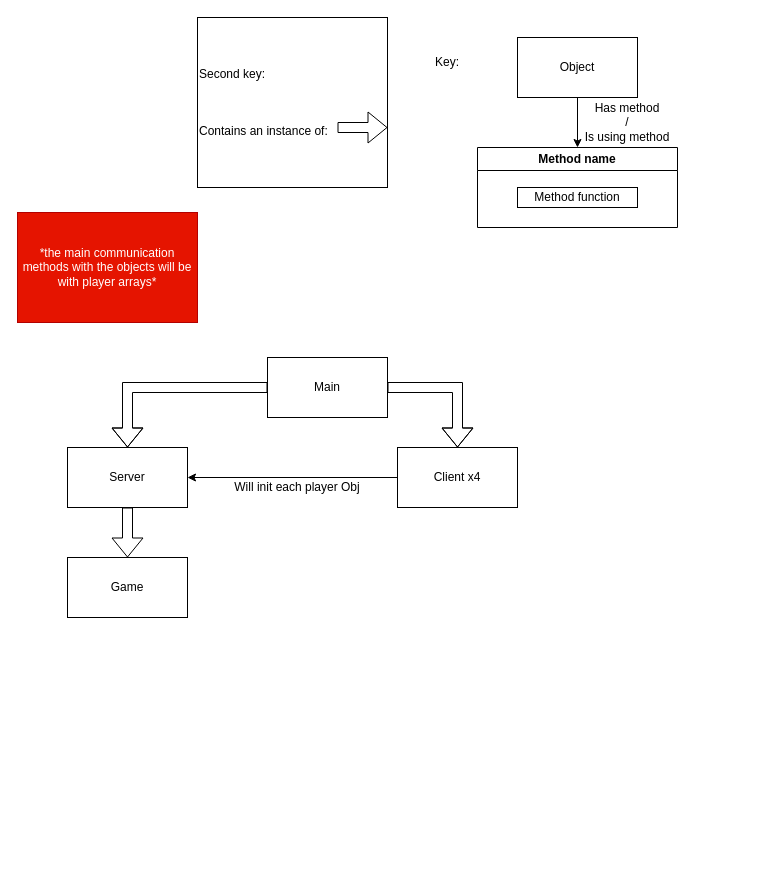
The draw.io diagram Untitled Diagram.drawio in happyhourxd/EuchreJ, before the edit. Source tidied: cells renumbered, new cells numbered last; positions are measured from the earlier drawing's top-left corner, leaving out a move shared by most shapes. Both pictures are drawn from the tidied source at 100%, with x=0, y=0 at pixel (17, 17).
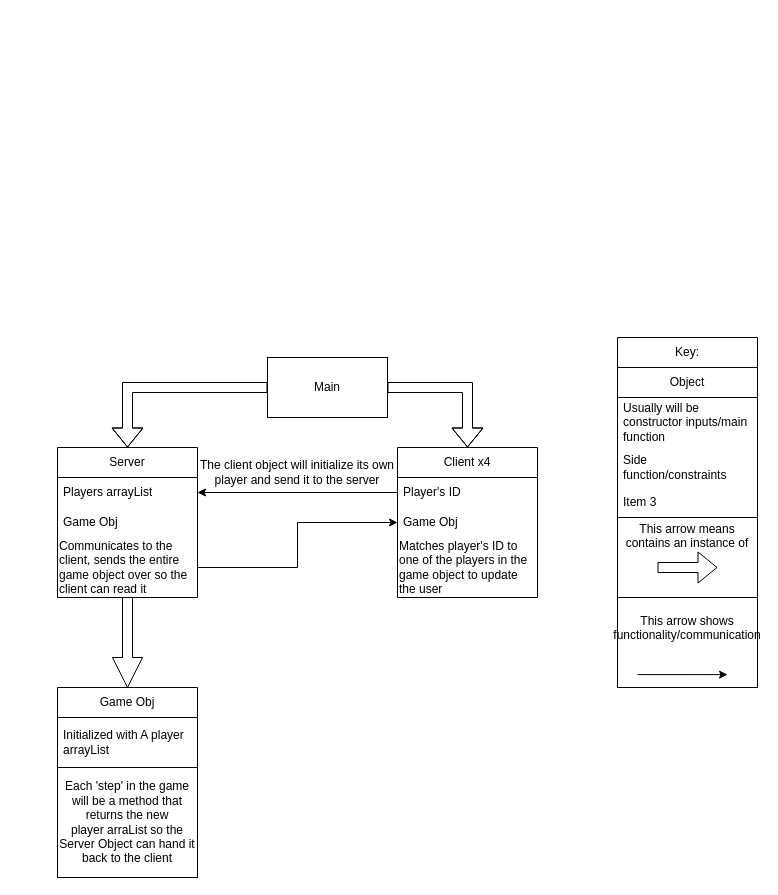
The same page after the edit.

Commit message:
Changed the way the project worked, updated this, overall many improvements

Unchanged cells that the change refers to:
```xml
<mxCell id="3" value="Main" style="rounded=0;whiteSpace=wrap;html=1;" parent="1" vertex="1">
  <mxGeometry x="250" y="340" width="120" height="60" as="geometry" />
</mxCell>
```

Diff of the diagram source:
```diff
@@
-    <mxCell id="2" style="edgeStyle=orthogonalEdgeStyle;rounded=0;jettySize=auto;html=1;shape=flexArrow;" parent="1" edge="1" source="3" target="6">
+    <mxCell id="2" style="edgeStyle=orthogonalEdgeStyle;rounded=0;jettySize=auto;html=1;shape=flexArrow;entryX=0.5;entryY=0;entryDx=0;entryDy=0;" parent="1" edge="1" source="3" target="6">
       <mxGeometry relative="1" as="geometry" />
     </mxCell>
@@
+    <mxCell id="10" style="shape=flexArrow;endArrow=classic;html=1;rounded=0;exitX=0;exitY=0.5;exitDx=0;exitDy=0;entryX=0.5;entryY=0;entryDx=0;entryDy=0;" parent="1" edge="1" source="3" target="4">
+      <mxGeometry relative="1" as="geometry">
+        <Array as="points">
+          <mxPoint x="110" y="370" />
+        </Array>
+      </mxGeometry>
+    </mxCell>
+    <mxCell id="6" value="Client x4" style="swimlane;fontStyle=0;horizontal=1;startSize=30;whiteSpace=wrap;html=1;" parent="1" vertex="1">
+      <mxGeometry x="380" y="430" width="140" height="150" as="geometry" />
+    </mxCell>
+    <mxCell id="20" value="Player's ID" style="text;strokeColor=none;fillColor=none;align=left;verticalAlign=middle;spacingLeft=4;spacingRight=4;overflow=hidden;points=[[0,0.5],[1,0.5]];portConstraint=eastwest;whiteSpace=wrap;html=1;" parent="6" vertex="1">
+      <mxGeometry y="30" width="140" height="30" as="geometry" />
+    </mxCell>
+    <mxCell id="21" value="Game Obj" style="text;strokeColor=none;fillColor=none;align=left;verticalAlign=middle;spacingLeft=4;spacingRight=4;overflow=hidden;points=[[0,0.5],[1,0.5]];portConstraint=eastwest;whiteSpace=wrap;html=1;" parent="6" vertex="1">
+      <mxGeometry y="60" width="140" height="30" as="geometry" />
+    </mxCell>
+    <mxCell id="22" value="Matches player's ID to one of the players in the game object to update the user" style="text;html=1;align=left;verticalAlign=middle;whiteSpace=wrap;rounded=0;" parent="6" vertex="1">
+      <mxGeometry y="90" width="140" height="60" as="geometry" />
+    </mxCell>
+    <mxCell id="23" style="edgeStyle=orthogonalEdgeStyle;rounded=0;jettySize=auto;html=1;exitX=0.5;exitY=1;exitDx=0;exitDy=0;entryX=0.5;entryY=0;entryDx=0;entryDy=0;shape=arrow;" parent="1" edge="1" source="4" target="30">
+      <mxGeometry relative="1" as="geometry" />
+    </mxCell>
-    <mxCell id="4" value="Server" style="rounded=0;whiteSpace=wrap;html=1;" parent="1" vertex="1">
-      <mxGeometry x="50" y="430" width="120" height="60" as="geometry" />
+    <mxCell id="4" value="Server" style="swimlane;fontStyle=0;horizontal=1;startSize=30;whiteSpace=wrap;html=1;" parent="1" vertex="1">
+      <mxGeometry x="40" y="430" width="140" height="150" as="geometry" />
     </mxCell>
-    <mxCell id="5" style="edgeStyle=orthogonalEdgeStyle;rounded=0;jettySize=auto;html=1;entryX=1;entryY=0.5;entryDx=0;entryDy=0;" parent="1" edge="1" source="6" target="4">
-      <mxGeometry relative="1" as="geometry" />
-    </mxCell>
-    <mxCell id="6" value="Client x4" style="rounded=0;whiteSpace=wrap;html=1;" parent="1" vertex="1">
-      <mxGeometry x="380" y="430" width="120" height="60" as="geometry" />
-    </mxCell>
-    <mxCell id="7" value="Game" style="rounded=0;whiteSpace=wrap;html=1;" parent="1" vertex="1">
-      <mxGeometry x="50" y="540" width="120" height="60" as="geometry" />
-    </mxCell>
-    <mxCell id="8" value="Will init each player Obj" style="text;html=1;align=center;verticalAlign=middle;whiteSpace=wrap;rounded=0;" parent="1" vertex="1">
-      <mxGeometry x="205" y="460" width="150" height="20" as="geometry" />
-    </mxCell>
-    <mxCell id="9" value="Second key:&lt;div&gt;&lt;br&gt;&lt;/div&gt;&lt;br&gt;&lt;div&gt;&lt;br&gt;&lt;/div&gt;&lt;div&gt;Contains an instance of: &lt;br&gt;&lt;/div&gt;" style="rounded=0;whiteSpace=wrap;html=1;labelPosition=center;verticalLabelPosition=middle;align=left;verticalAlign=middle;textDirection=ltr;" parent="1" vertex="1">
-      <mxGeometry x="180" width="190" height="170" as="geometry" />
-    </mxCell>
-    <mxCell id="10" style="shape=flexArrow;endArrow=classic;html=1;rounded=0;exitX=0;exitY=0.5;exitDx=0;exitDy=0;entryX=0.5;entryY=0;entryDx=0;entryDy=0;" parent="1" edge="1" source="3" target="4">
-      <mxGeometry relative="1" as="geometry">
-        <Array as="points">
-          <mxPoint x="110" y="370" />
-        </Array>
-      </mxGeometry>
-    </mxCell>
-    <mxCell id="11" style="shape=flexArrow;endArrow=classic;html=1;rounded=0;" parent="1" edge="1">
-      <mxGeometry relative="1" as="geometry">
-        <mxPoint x="320" y="110" as="sourcePoint" />
-        <mxPoint x="370" y="110" as="targetPoint" />
-      </mxGeometry>
-    </mxCell>
-    <mxCell id="12" style="shape=flexArrow;endArrow=classic;html=1;rounded=0;entryX=0.5;entryY=0;entryDx=0;entryDy=0;exitX=0.5;exitY=1;exitDx=0;exitDy=0;" parent="1" edge="1" source="4" target="7">
-      <mxGeometry relative="1" as="geometry" />
-    </mxCell>
-    <mxCell id="13" value="Method name" style="swimlane;whiteSpace=wrap;html=1;" parent="1" vertex="1">
-      <mxGeometry x="460" y="130" width="200" height="80" as="geometry" />
-    </mxCell>
-    <mxCell id="14" value="Method function" style="rounded=0;whiteSpace=wrap;html=1;" parent="13" vertex="1">
-      <mxGeometry x="40" y="40" width="120" height="20" as="geometry" />
-    </mxCell>
+    <mxCell id="24" value="Players arrayList" style="text;strokeColor=none;fillColor=none;align=left;verticalAlign=middle;spacingLeft=4;spacingRight=4;overflow=hidden;points=[[0,0.5],[1,0.5]];portConstraint=eastwest;whiteSpace=wrap;html=1;" parent="4" vertex="1">
+      <mxGeometry y="30" width="140" height="30" as="geometry" />
+    </mxCell>
+    <mxCell id="25" value="Game Obj" style="text;strokeColor=none;fillColor=none;align=left;verticalAlign=middle;spacingLeft=4;spacingRight=4;overflow=hidden;whiteSpace=wrap;html=1;" parent="4" vertex="1">
+      <mxGeometry y="60" width="140" height="30" as="geometry" />
+    </mxCell>
+    <mxCell id="26" value="Communicates to the client, sends the entire game object over so the client can read it" style="text;html=1;align=left;verticalAlign=middle;whiteSpace=wrap;rounded=0;" parent="4" vertex="1">
+      <mxGeometry y="90" width="140" height="60" as="geometry" />
+    </mxCell>
+    <mxCell id="27" style="edgeStyle=orthogonalEdgeStyle;rounded=0;jettySize=auto;html=1;entryX=0;entryY=0.5;entryDx=0;entryDy=0;" parent="1" edge="1" source="26" target="21">
+      <mxGeometry relative="1" as="geometry" />
+    </mxCell>
+    <mxCell id="28" style="edgeStyle=orthogonalEdgeStyle;rounded=0;jettySize=auto;html=1;entryX=1;entryY=0.5;entryDx=0;entryDy=0;" parent="1" edge="1" source="20" target="24">
+      <mxGeometry relative="1" as="geometry" />
+    </mxCell>
+    <mxCell id="29" value="The client object will initialize its own player and send it to the server" style="text;html=1;align=center;verticalAlign=middle;whiteSpace=wrap;rounded=0;" parent="1" vertex="1">
+      <mxGeometry x="180" y="440" width="200" height="30" as="geometry" />
+    </mxCell>
+    <mxCell id="30" value="Game Obj" style="swimlane;fontStyle=0;horizontal=1;startSize=30;whiteSpace=wrap;html=1;" parent="1" vertex="1">
+      <mxGeometry x="40" y="670" width="140" height="190" as="geometry" />
+    </mxCell>
+    <mxCell id="31" value="Initialized with A player arrayList" style="text;strokeColor=none;fillColor=none;align=left;verticalAlign=middle;spacingLeft=4;spacingRight=4;overflow=hidden;whiteSpace=wrap;html=1;" parent="30" vertex="1">
+      <mxGeometry y="30" width="140" height="50" as="geometry" />
+    </mxCell>
+    <mxCell id="32" value="Each 'step' in the game will be a method that returns the new &lt;br&gt;player arraList so the Server Object can hand it back to the client" style="rounded=0;whiteSpace=wrap;html=1;" parent="30" vertex="1">
+      <mxGeometry y="80" width="140" height="110" as="geometry" />
+    </mxCell>
-    <mxCell id="15" value="Key:" style="text;html=1;align=center;verticalAlign=middle;whiteSpace=wrap;rounded=0;" parent="1" vertex="1">
-      <mxGeometry x="400" y="30" width="60" height="30" as="geometry" />
+    <mxCell id="15" value="Key:" style="swimlane;fontStyle=0;horizontal=1;startSize=30;whiteSpace=wrap;html=1;" parent="1" vertex="1">
+      <mxGeometry x="600" y="320" width="140" height="350" as="geometry" />
     </mxCell>
-    <mxCell id="16" style="edgeStyle=orthogonalEdgeStyle;rounded=0;jettySize=auto;html=1;entryX=0.5;entryY=0;entryDx=0;entryDy=0;" parent="1" edge="1" source="17" target="13">
-      <mxGeometry relative="1" as="geometry" />
-    </mxCell>
-    <mxCell id="17" value="Object" style="rounded=0;whiteSpace=wrap;html=1;" parent="1" vertex="1">
-      <mxGeometry x="500" y="20" width="120" height="60" as="geometry" />
+    <mxCell id="17" value="Object" style="swimlane;fontStyle=0;horizontal=1;startSize=30;whiteSpace=wrap;html=1;" parent="15" vertex="1">
+      <mxGeometry y="30" width="140" height="320" as="geometry" />
     </mxCell>
-    <mxCell id="18" value="&lt;div&gt;Has method&lt;/div&gt;&lt;div&gt;/&lt;/div&gt;&lt;div&gt;Is using method&lt;/div&gt;" style="text;html=1;align=center;verticalAlign=middle;whiteSpace=wrap;rounded=0;" parent="1" vertex="1">
-      <mxGeometry x="560" y="90" width="100" height="30" as="geometry" />
-    </mxCell>
-    <mxCell id="19" value="*the main communication methods with the objects will be with player arrays*" style="rounded=0;whiteSpace=wrap;html=1;fillColor=#e51400;fontColor=#ffffff;strokeColor=#B20000;" parent="1" vertex="1">
-      <mxGeometry y="195" width="180" height="110" as="geometry" />
-    </mxCell>
+    <mxCell id="33" value="Usually will be constructor inputs/main function" style="text;strokeColor=none;fillColor=none;align=left;verticalAlign=middle;spacingLeft=4;spacingRight=4;overflow=hidden;whiteSpace=wrap;html=1;" parent="17" vertex="1">
+      <mxGeometry y="30" width="140" height="50" as="geometry" />
+    </mxCell>
+    <mxCell id="34" value="Side function/constraints" style="text;strokeColor=none;fillColor=none;align=left;verticalAlign=middle;spacingLeft=4;spacingRight=4;overflow=hidden;whiteSpace=wrap;html=1;" parent="17" vertex="1">
+      <mxGeometry y="80" width="140" height="40" as="geometry" />
+    </mxCell>
+    <mxCell id="35" value="Item 3" style="text;strokeColor=none;fillColor=none;align=left;verticalAlign=middle;spacingLeft=4;spacingRight=4;overflow=hidden;whiteSpace=wrap;html=1;" parent="17" vertex="1">
+      <mxGeometry y="120" width="140" height="30" as="geometry" />
+    </mxCell>
+    <mxCell id="36" style="group;" parent="17" vertex="1">
+      <mxGeometry y="150" width="140" height="170" as="geometry" />
+    </mxCell>
+    <mxCell id="37" value="&lt;div&gt;This arrow means contains an instance of&lt;/div&gt;&lt;div&gt;&lt;br&gt;&lt;/div&gt;&lt;div&gt;&lt;br&gt;&lt;/div&gt;&lt;div&gt;&lt;br&gt;&lt;/div&gt;" style="rounded=0;whiteSpace=wrap;html=1;" parent="36" vertex="1">
+      <mxGeometry width="140" height="80" as="geometry" />
+    </mxCell>
+    <mxCell id="38" style="shape=flexArrow;endArrow=classic;html=1;rounded=0;entryX=0.714;entryY=0.917;entryDx=0;entryDy=0;entryPerimeter=0;" parent="36" edge="1">
+      <mxGeometry relative="1" as="geometry">
+        <mxPoint x="40" y="50" as="sourcePoint" />
+        <mxPoint x="100" y="50" as="targetPoint" />
+      </mxGeometry>
+    </mxCell>
+    <mxCell id="39" style="group;" parent="36" vertex="1">
+      <mxGeometry y="80" width="140" height="90" as="geometry" />
+    </mxCell>
+    <mxCell id="40" value="&lt;div&gt;This arrow shows functionality/communication&lt;/div&gt;&lt;div&gt;&lt;br&gt;&lt;/div&gt;&lt;div&gt;&lt;br&gt;&lt;/div&gt;" style="rounded=0;whiteSpace=wrap;html=1;" parent="39" vertex="1">
+      <mxGeometry width="140" height="90" as="geometry" />
+    </mxCell>
+    <mxCell id="41" style="endArrow=classic;html=1;rounded=0;entryX=0.786;entryY=0.857;entryDx=0;entryDy=0;entryPerimeter=0;" parent="39" edge="1" target="40">
+      <mxGeometry relative="1" as="geometry">
+        <mxPoint x="20" y="77.1" as="sourcePoint" />
+      </mxGeometry>
+    </mxCell>
```
